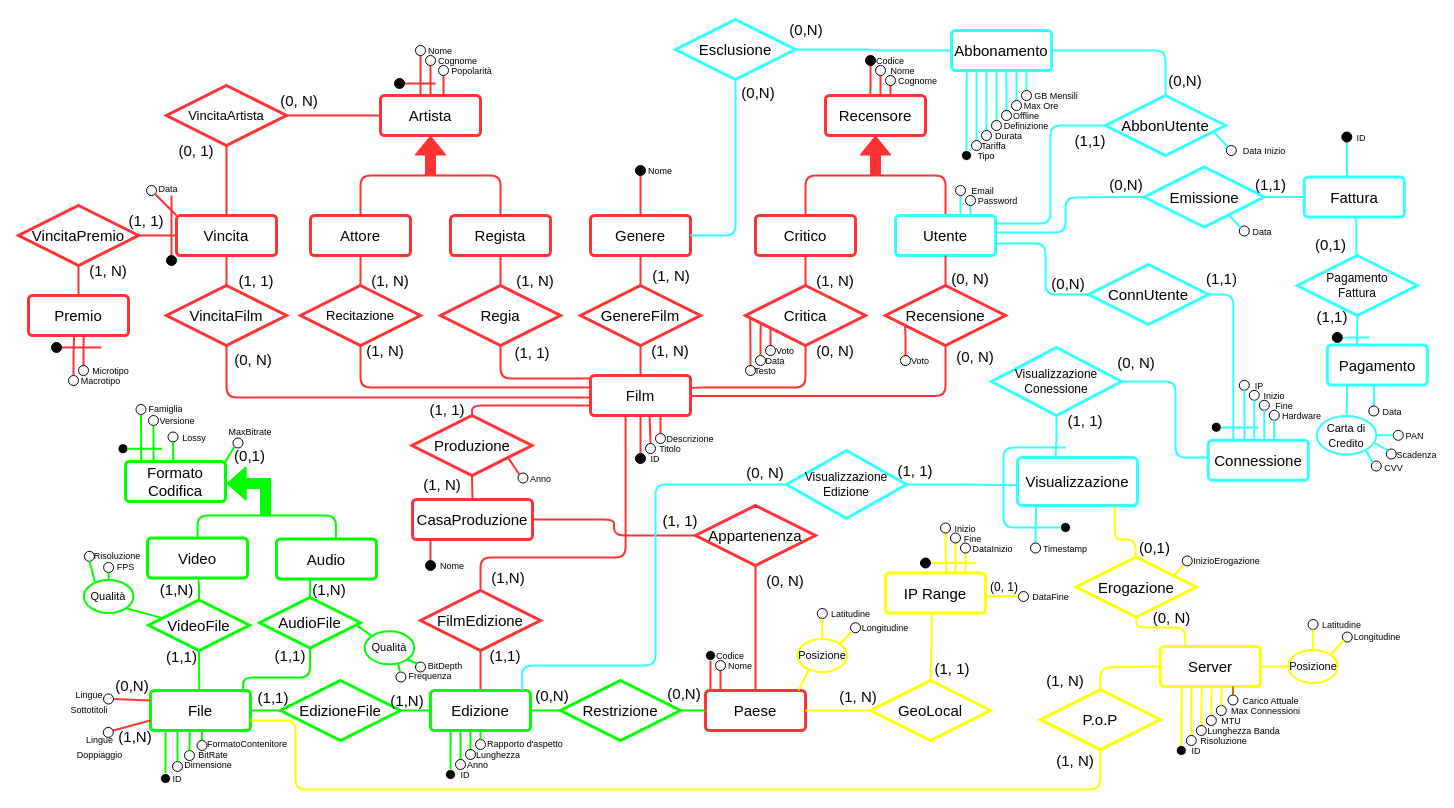
Richie314/FilmSphere keeps this draw.io diagram as page "ER - da ristrutturare" (1 of 2) of ER.drawio. Above is the earlier version. Source tidied: cells renumbered, new cells numbered last; positions are measured from the earlier drawing's top-left corner, leaving out a move shared by most shapes. Both pictures are drawn from the tidied source at 100%, with x=0, y=0 at pixel (18, 17).
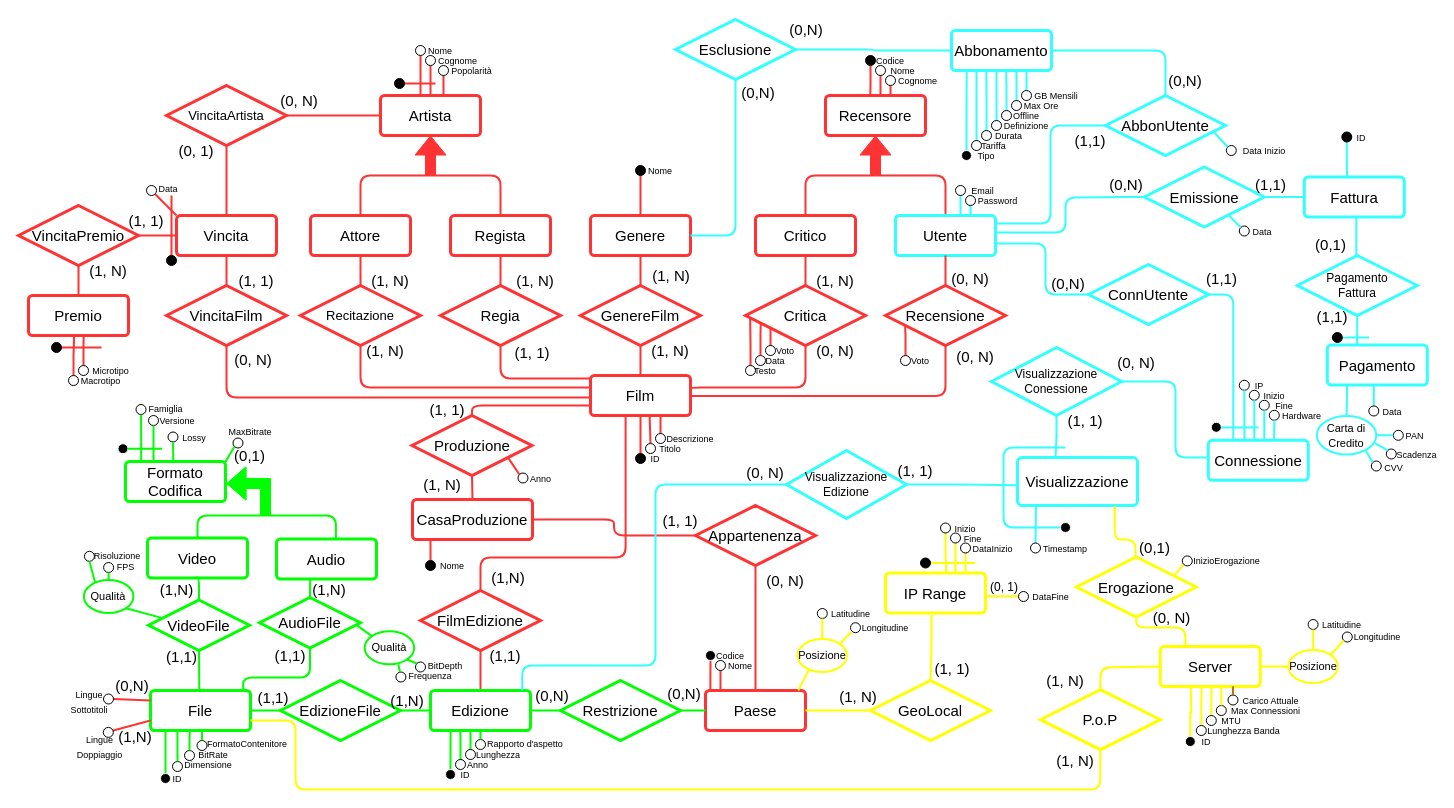
The same diagram, later.

Unchanged cells that the change refers to:
```xml
<mxCell id="276" value="&lt;font style=&quot;font-size: 15px;&quot;&gt;Server&lt;/font&gt;" style="rounded=1;arcSize=10;whiteSpace=wrap;html=1;align=center;strokeWidth=3;strokeColor=#FFFF00;" parent="1" vertex="1">
  <mxGeometry x="1141.8" y="629" width="100" height="40" as="geometry" />
</mxCell>
```

The edit, as a diff of the source:
```diff
@@
-    <mxCell id="277" style="edgeStyle=orthogonalEdgeStyle;shape=connector;rounded=0;jettySize=auto;html=1;entryX=0.215;entryY=1.022;entryDx=0;entryDy=0;entryPerimeter=0;labelBackgroundColor=default;strokeColor=#FFFF00;strokeWidth=2;fontFamily=Helvetica;fontSize=11;fontColor=default;endArrow=none;endFill=0;" parent="1" edge="1" source="278" target="276">
-      <mxGeometry relative="1" as="geometry" />
+    <mxCell id="277" style="edgeStyle=orthogonalEdgeStyle;shape=connector;rounded=0;jettySize=auto;html=1;entryX=0.215;entryY=1.022;entryDx=0;entryDy=0;entryPerimeter=0;labelBackgroundColor=default;strokeColor=#FFFF00;strokeWidth=2;fontFamily=Helvetica;fontSize=11;fontColor=default;endArrow=none;endFill=0;" parent="1" edge="1" source="278">
+      <mxGeometry relative="1" as="geometry">
+        <mxPoint x="1172.3" y="669.9" as="targetPoint" />
+      </mxGeometry>
     </mxCell>
     <mxCell id="278" style="ellipse;whiteSpace=wrap;html=1;fillColor=#000000;strokeColor=#FFFFFF;" parent="1" vertex="1">
-      <mxGeometry x="1157.8" y="728" width="10" height="10" as="geometry" />
+      <mxGeometry x="1166.8" y="719" width="10" height="10" as="geometry" />
     </mxCell>
-    <mxCell id="279" style="edgeStyle=orthogonalEdgeStyle;shape=connector;rounded=0;jettySize=auto;html=1;entryX=0.312;entryY=1.001;entryDx=0;entryDy=0;entryPerimeter=0;labelBackgroundColor=default;strokeColor=#FFFF00;strokeWidth=2;fontFamily=Helvetica;fontSize=11;fontColor=default;endArrow=none;endFill=0;" parent="1" edge="1" source="280" target="276">
-      <mxGeometry relative="1" as="geometry" />
-    </mxCell>
-    <mxCell id="280" style="ellipse;whiteSpace=wrap;html=1;fillColor=#FFFFFF;strokeColor=#000000;" parent="1" vertex="1">
-      <mxGeometry x="1167.8" y="718" width="10" height="10" as="geometry" />
-    </mxCell>
@@
     <mxCell id="285" value="&lt;font style=&quot;font-size: 9px;&quot;&gt;ID&lt;br&gt;&lt;/font&gt;" style="text;html=1;strokeColor=none;fillColor=none;align=center;verticalAlign=middle;whiteSpace=wrap;rounded=0;" parent="1" vertex="1">
-      <mxGeometry x="1167.8" y="728" width="20" height="10" as="geometry" />
+      <mxGeometry x="1178.8" y="719" width="18.1" height="10" as="geometry" />
     </mxCell>
-    <mxCell id="286" value="&lt;font style=&quot;font-size: 9px;&quot;&gt;Risoluzione&lt;br&gt;&lt;/font&gt;" style="text;html=1;strokeColor=none;fillColor=none;align=center;verticalAlign=middle;whiteSpace=wrap;rounded=0;" parent="1" vertex="1">
-      <mxGeometry x="1177.8" y="718" width="55" height="10" as="geometry" />
-    </mxCell>
```
